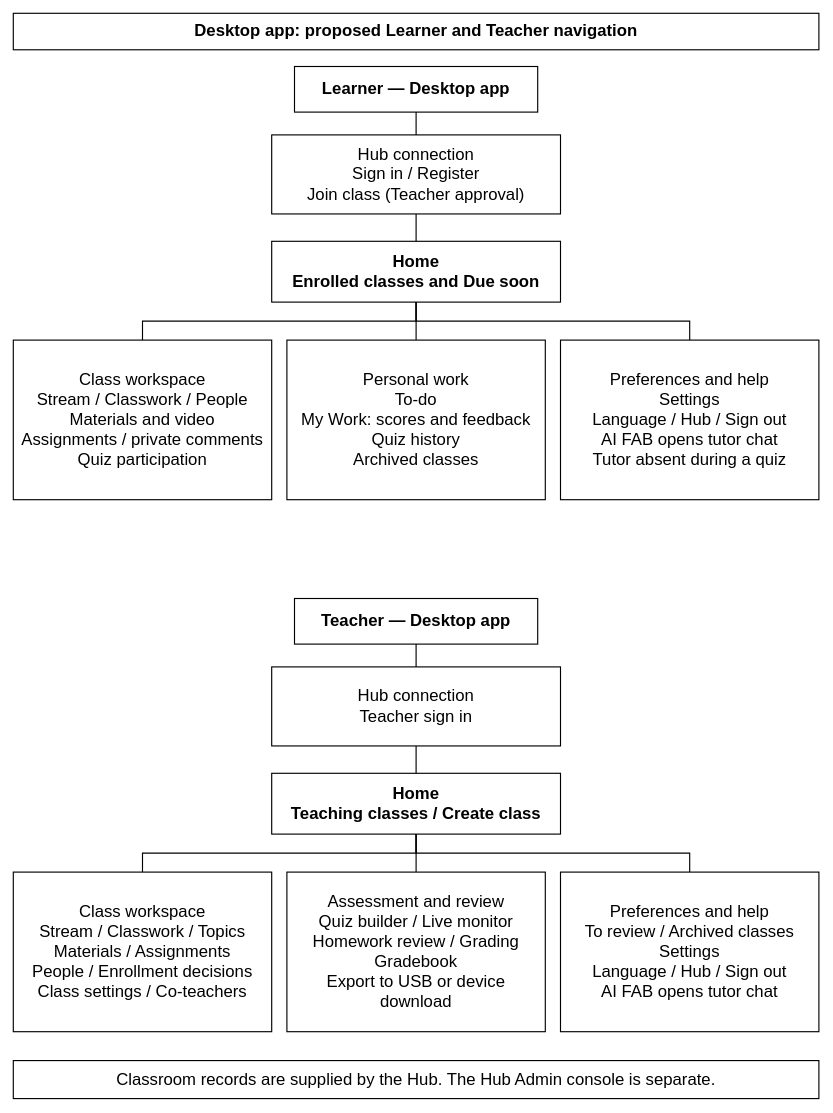
BootlegYouki/L.A.R.A keeps this draw.io diagram as docs/thesis/chapter-3/diagrams/sitemap-desktop.drawio. Above is the earlier version. Source tidied: cells renumbered, new cells numbered last; positions are measured from the earlier drawing's top-left corner, leaving out a move shared by most shapes. Both pictures are drawn from the tidied source at 76%, with x=0, y=0 at pixel (13, 13).
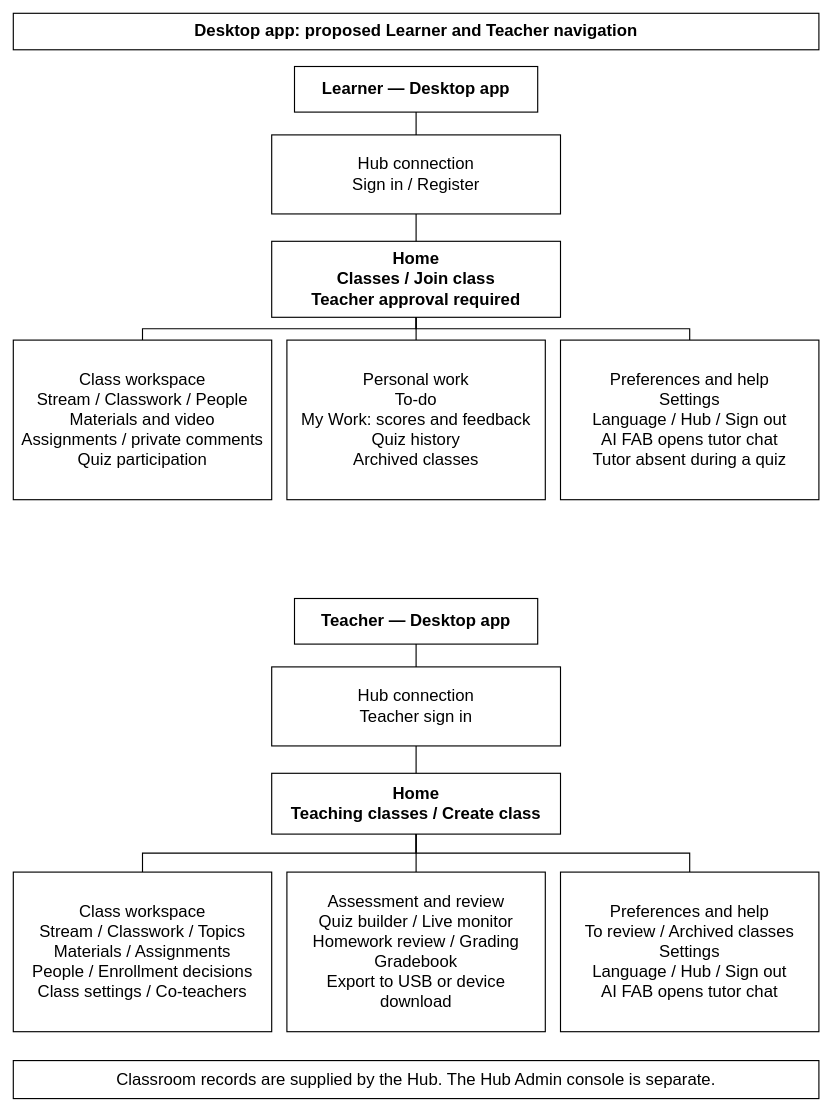
After the change.

Commit message (it also covers changes not shown here):
docs(desktop): clarify class enrollment from Home in sitemap

What changed in the source:
```diff
@@
-    <mxCell id="4" value="Hub connection&#10;Sign in / Register&#10;Join class (Teacher approval)" style="whiteSpace=wrap;html=0;fontFamily=Helvetica;fontSize=22;fontColor=#000000;strokeColor=#000000;fillColor=#ffffff;rounded=0;align=center;verticalAlign=middle;spacing=10;strokeWidth=1.5;" parent="1" vertex="1">
+    <mxCell id="4" value="Hub connection&#10;Sign in / Register" style="whiteSpace=wrap;html=0;fontFamily=Helvetica;fontSize=22;fontColor=#000000;strokeColor=#000000;fillColor=#ffffff;rounded=0;align=center;verticalAlign=middle;spacing=10;strokeWidth=1.5;" parent="1" vertex="1">
       <mxGeometry x="340" y="160" width="380" height="104" as="geometry" />
     </mxCell>
-    <mxCell id="5" value="Home&#10;Enrolled classes and Due soon" style="whiteSpace=wrap;html=0;fontFamily=Helvetica;fontSize=22;fontColor=#000000;strokeColor=#000000;fillColor=#ffffff;rounded=0;align=center;verticalAlign=middle;spacing=10;strokeWidth=1.5;fontStyle=1;" parent="1" vertex="1">
-      <mxGeometry x="340" y="300" width="380" height="80" as="geometry" />
+    <mxCell id="5" value="Home&#10;Classes / Join class&#10;Teacher approval required" style="whiteSpace=wrap;html=0;fontFamily=Helvetica;fontSize=22;fontColor=#000000;strokeColor=#000000;fillColor=#ffffff;rounded=0;align=center;verticalAlign=middle;spacing=10;strokeWidth=1.5;fontStyle=1;" parent="1" vertex="1">
+      <mxGeometry x="340" y="300" width="380" height="100" as="geometry" />
     </mxCell>
```
